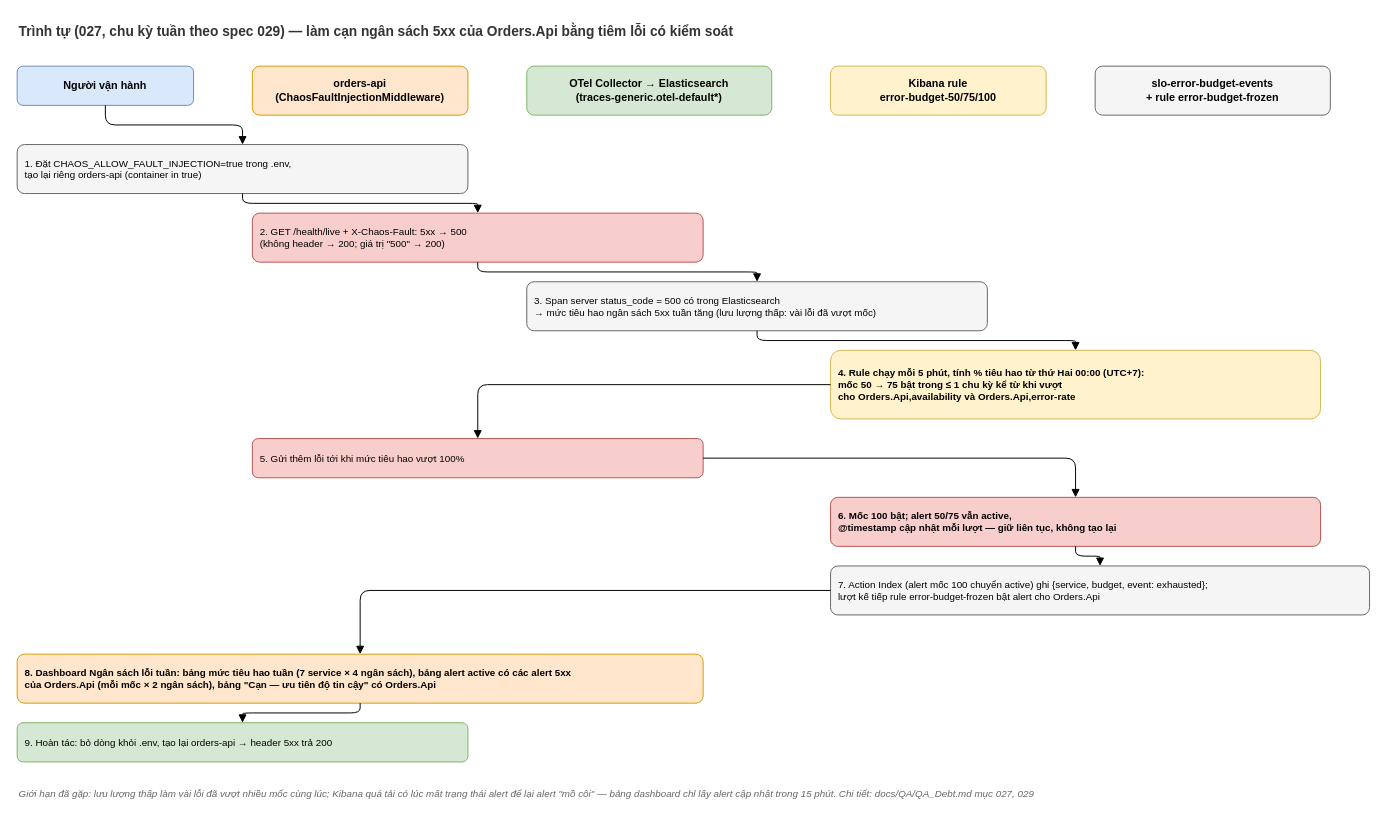
nmhieuit/ecommerce keeps this draw.io diagram as docs/diagrams/027-error-budget-alerting-sequence.drawio. Above is the earlier version. Source tidied: cells renumbered, new cells numbered last; positions are measured from the earlier drawing's top-left corner, leaving out a move shared by most shapes. Both pictures are drawn from the tidied source at 98%, with x=0, y=0 at pixel (17, 17).
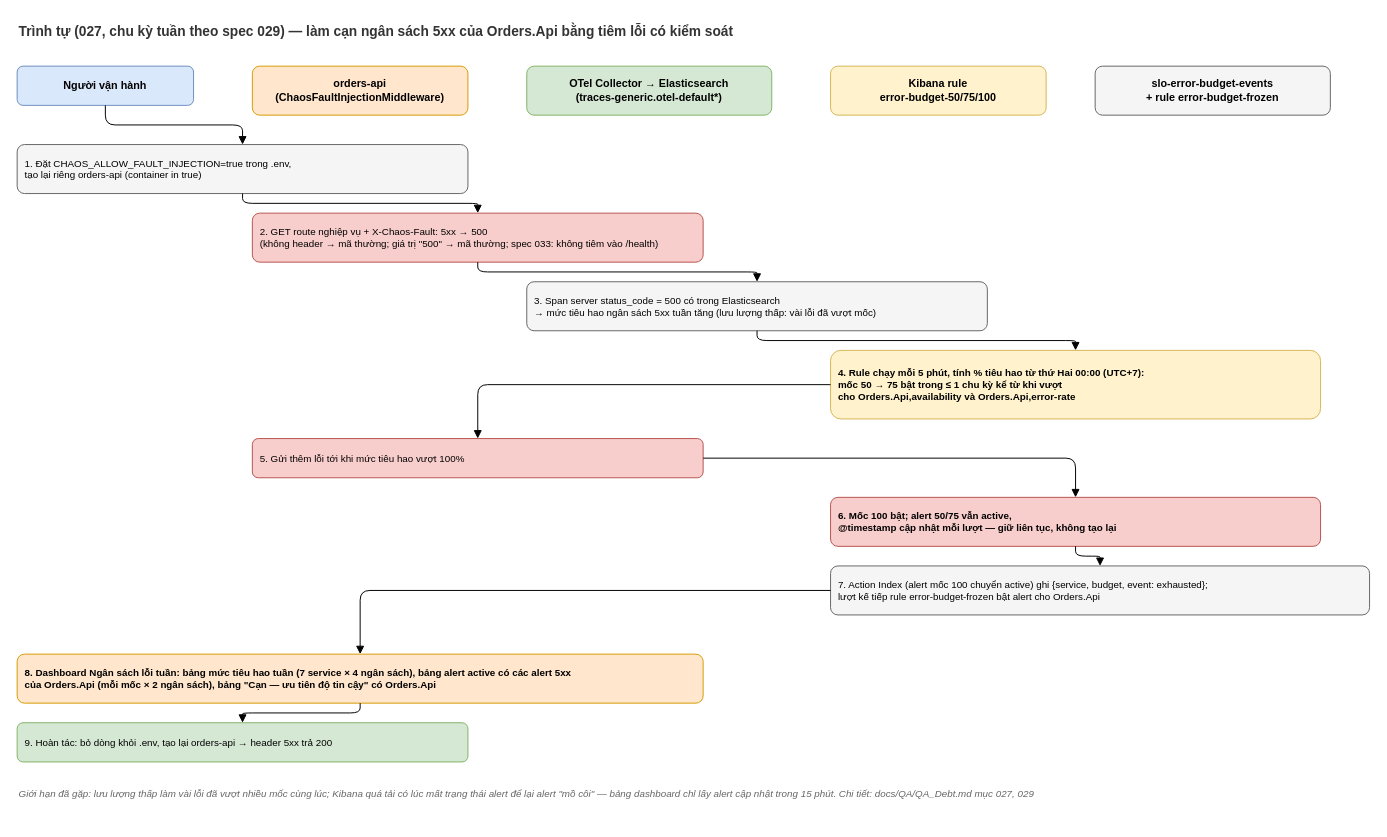
After the change.

The edit, as a diff of the source:
```diff
@@
-    <mxCell id="9" value="2. GET /health/live + X-Chaos-Fault: 5xx → 500&#10;(không header → 200; giá trị &quot;500&quot; → 200)" style="rounded=1;whiteSpace=wrap;html=1;fillColor=#f8cecc;strokeColor=#b85450;fontSize=10;align=left;spacingLeft=6;" parent="1" vertex="1">
+    <mxCell id="9" value="2. GET route nghiệp vụ + X-Chaos-Fault: 5xx → 500&#10;(không header → mã thường; giá trị &quot;500&quot; → mã thường; spec 033: không tiêm vào /health)" style="rounded=1;whiteSpace=wrap;html=1;fillColor=#f8cecc;strokeColor=#b85450;fontSize=10;align=left;spacingLeft=6;" parent="1" vertex="1">
       <mxGeometry x="240" y="200" width="460" height="50" as="geometry" />
     </mxCell>
```
